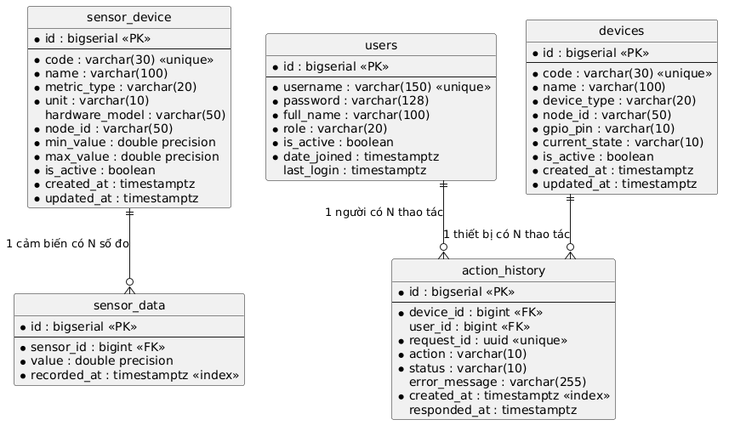
Above: docs/img/erd.png in B23DCAT011/IOT (PlantUML), before the change.
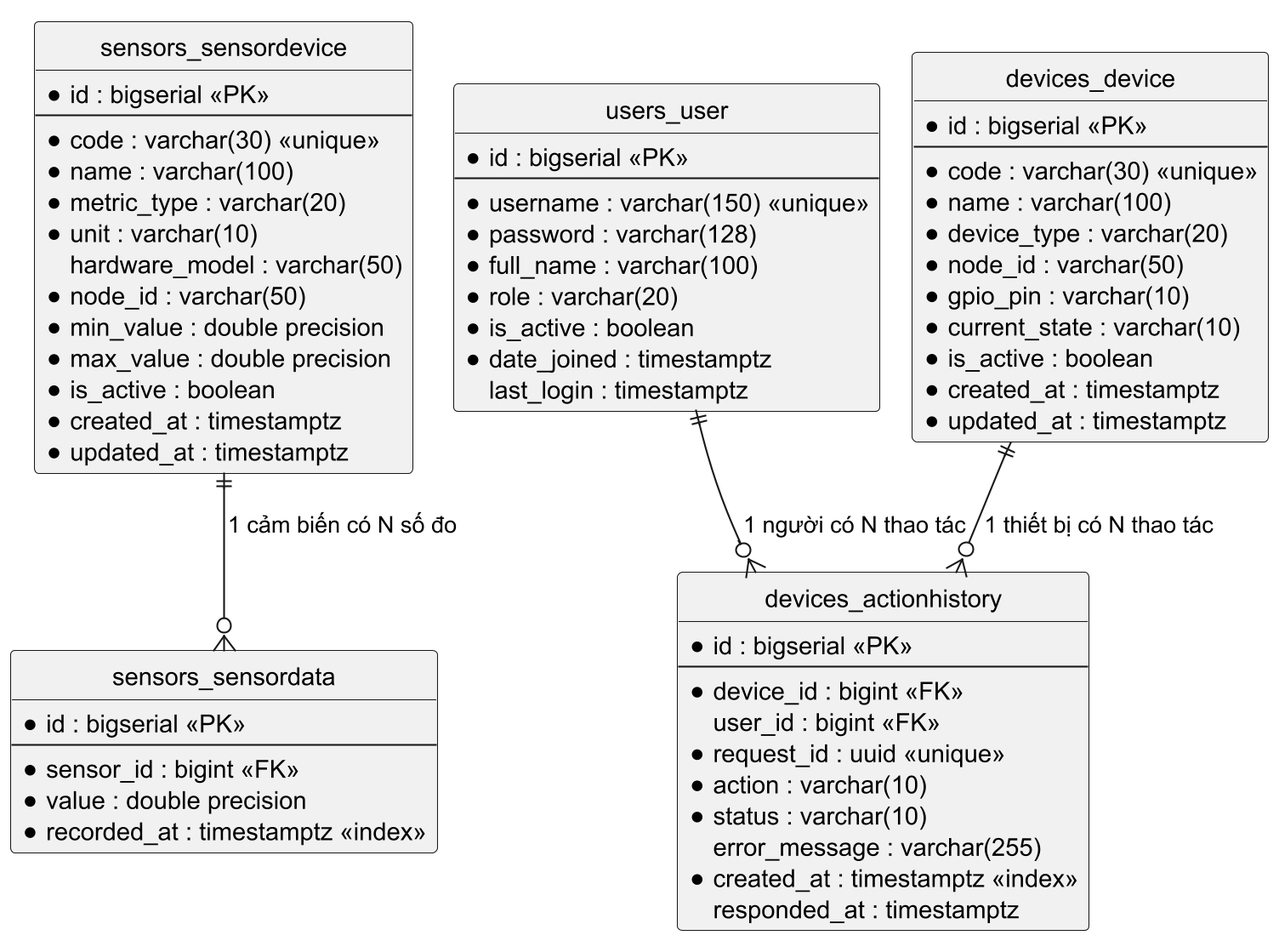
The same file after the commit.

The edit, as a diff of the source:
```diff
@@ -1,9 +1,11 @@
-@startuml
+@startuml ERD
+skinparamlocked dpi 200
+!pragma layout smetana
 hide circle
 skinparam linetype ortho
 skinparam shadowing false
 
-entity "sensor_device" as SDV {
+entity "sensors_sensordevice" as SDV {
   * id : bigserial <<PK>>
   --
   * code : varchar(30) <<unique>>
@@ -19,7 +21,7 @@
   * updated_at : timestamptz
 }
 
-entity "sensor_data" as SD {
+entity "sensors_sensordata" as SD {
   * id : bigserial <<PK>>
   --
   * sensor_id : bigint <<FK>>
@@ -27,7 +29,7 @@
   * recorded_at : timestamptz <<index>>
 }
 
-entity "users" as US {
+entity "users_user" as US {
   * id : bigserial <<PK>>
   --
   * username : varchar(150) <<unique>>
@@ -39,7 +41,7 @@
     last_login : timestamptz
 }
 
-entity "devices" as DV {
+entity "devices_device" as DV {
   * id : bigserial <<PK>>
   --
   * code : varchar(30) <<unique>>
@@ -53,7 +55,7 @@
   * updated_at : timestamptz
 }
 
-entity "action_history" as AH {
+entity "devices_actionhistory" as AH {
   * id : bigserial <<PK>>
   --
   * device_id : bigint <<FK>>
@@ -70,4 +72,5 @@
 DV  ||--o{ AH : "1 thiết bị có N thao tác"
 US  ||--o{ AH : "1 người có N thao tác"
 
+
 @enduml
```
